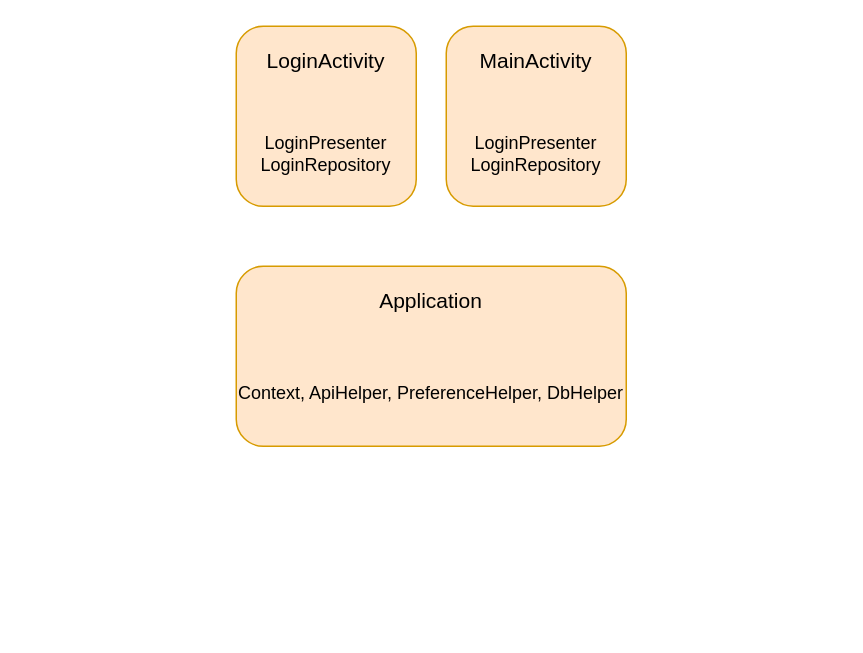
Earlier version of the draw.io diagram dagger2/lifecycle_work_in_progress.drawio (srinnix1395/articles-to-share). Source tidied: cells renumbered, new cells numbered last; positions are measured from the earlier drawing's top-left corner, leaving out a move shared by most shapes. Both pictures are drawn from the tidied source at 150%, with x=0, y=0 at pixel (236, 26).
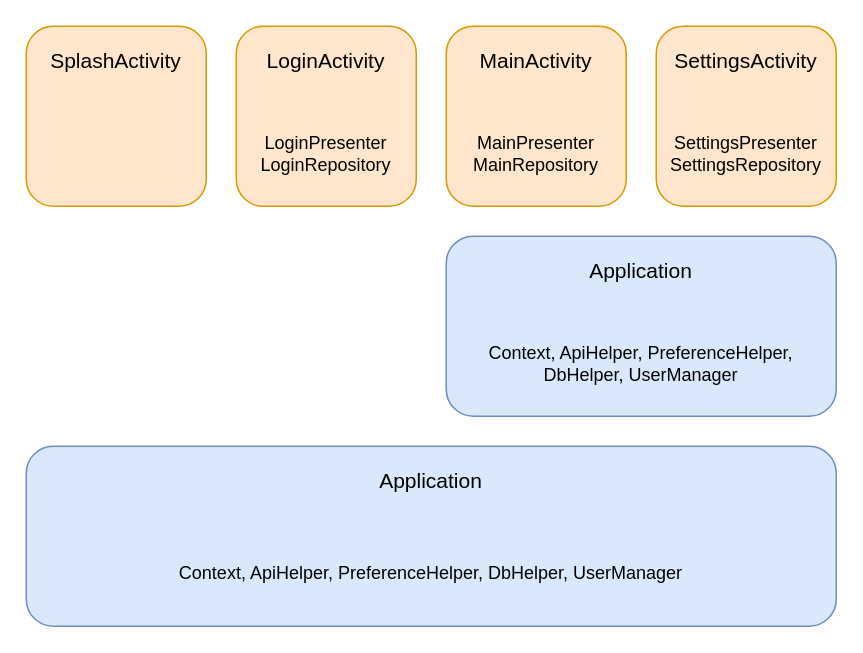
After the change.

Commit message:
WIP Dagger 2 Lifecycle playground graph

Change to the diagram source:
```diff
@@
 <mxGraphModel>
   <root>
     <mxCell id="0" />
     <mxCell id="1" parent="0" />
     <mxCell id="2" style="group;" parent="1" vertex="1">
       <mxGeometry width="120" height="120" as="geometry" />
     </mxCell>
     <mxCell id="3" value="&lt;div style=&quot;font-size: 14px;&quot;&gt;LoginActivity&lt;/div&gt;&lt;div style=&quot;font-size: 14px;&quot;&gt;&lt;br style=&quot;font-size: 14px;&quot;&gt;&lt;/div&gt;" style="rounded=1;whiteSpace=wrap;html=1;fontSize=14;glass=0;strokeWidth=1;shadow=0;verticalAlign=top;spacing=10;fillColor=#ffe6cc;strokeColor=#d79b00;" parent="2" vertex="1">
       <mxGeometry width="120" height="120" as="geometry" />
     </mxCell>
     <mxCell id="4" value="&lt;div&gt;LoginPresenter&lt;/div&gt;&lt;div&gt;LoginRepository&lt;br&gt;&lt;/div&gt;" style="rounded=0;whiteSpace=wrap;html=1;fillColor=none;strokeColor=none;" parent="2" vertex="1">
       <mxGeometry y="70" width="120" height="30" as="geometry" />
     </mxCell>
     <mxCell id="5" style="group;" parent="1" vertex="1">
       <mxGeometry x="140" width="120" height="120" as="geometry" />
     </mxCell>
     <mxCell id="6" value="MainActivity" style="rounded=1;whiteSpace=wrap;html=1;fontSize=14;glass=0;strokeWidth=1;shadow=0;verticalAlign=top;spacing=10;fillColor=#ffe6cc;strokeColor=#d79b00;" parent="5" vertex="1">
       <mxGeometry width="120" height="120" as="geometry" />
     </mxCell>
-    <mxCell id="7" value="&lt;div&gt;LoginPresenter&lt;/div&gt;&lt;div&gt;LoginRepository&lt;br&gt;&lt;/div&gt;" style="rounded=0;whiteSpace=wrap;html=1;fillColor=none;strokeColor=none;" parent="5" vertex="1">
+    <mxCell id="7" value="&lt;div&gt;MainPresenter&lt;/div&gt;&lt;div&gt;MainRepository&lt;/div&gt;" style="rounded=0;whiteSpace=wrap;html=1;fillColor=none;strokeColor=none;" parent="5" vertex="1">
       <mxGeometry y="70" width="120" height="30" as="geometry" />
     </mxCell>
     <mxCell id="8" style="group;" parent="1" vertex="1">
-      <mxGeometry y="160" width="260" height="120" as="geometry" />
+      <mxGeometry x="-140" y="280" width="540" height="120" as="geometry" />
     </mxCell>
-    <mxCell id="9" value="Application" style="rounded=1;whiteSpace=wrap;html=1;fontSize=14;glass=0;strokeWidth=1;shadow=0;verticalAlign=top;spacing=10;fillColor=#ffe6cc;strokeColor=#d79b00;" parent="8" vertex="1">
-      <mxGeometry width="260" height="120" as="geometry" />
+    <mxCell id="9" value="Application" style="rounded=1;whiteSpace=wrap;html=1;fontSize=14;glass=0;strokeWidth=1;shadow=0;verticalAlign=top;spacing=10;fillColor=#dae8fc;strokeColor=#6c8ebf;" parent="8" vertex="1">
+      <mxGeometry width="540" height="120" as="geometry" />
     </mxCell>
-    <mxCell id="10" value="&lt;div&gt;Context, ApiHelper, PreferenceHelper, DbHelper&lt;/div&gt;" style="rounded=0;whiteSpace=wrap;html=1;fillColor=none;strokeColor=none;" parent="8" vertex="1">
-      <mxGeometry y="70" width="260" height="30" as="geometry" />
+    <mxCell id="10" value="&lt;div&gt;Context, ApiHelper, PreferenceHelper, DbHelper, UserManager&lt;br&gt;&lt;/div&gt;" style="rounded=0;whiteSpace=wrap;html=1;fillColor=none;strokeColor=none;" parent="8" vertex="1">
+      <mxGeometry y="70" width="540" height="30" as="geometry" />
     </mxCell>
+    <mxCell id="11" style="group;" parent="1" vertex="1">
+      <mxGeometry x="280" width="120" height="120" as="geometry" />
+    </mxCell>
+    <mxCell id="12" value="SettingsActivity" style="rounded=1;whiteSpace=wrap;html=1;fontSize=14;glass=0;strokeWidth=1;shadow=0;verticalAlign=top;spacing=10;fillColor=#ffe6cc;strokeColor=#d79b00;" parent="11" vertex="1">
+      <mxGeometry width="120" height="120" as="geometry" />
+    </mxCell>
+    <mxCell id="13" value="&lt;div&gt;SettingsPresenter&lt;/div&gt;&lt;div&gt;SettingsRepository&lt;br&gt;&lt;/div&gt;" style="rounded=0;whiteSpace=wrap;html=1;fillColor=none;strokeColor=none;" parent="11" vertex="1">
+      <mxGeometry y="70" width="120" height="30" as="geometry" />
+    </mxCell>
+    <mxCell id="14" style="group;" parent="1" vertex="1">
+      <mxGeometry x="-140" width="120" height="120" as="geometry" />
+    </mxCell>
+    <mxCell id="15" value="SplashActivity" style="rounded=1;whiteSpace=wrap;html=1;fontSize=14;glass=0;strokeWidth=1;shadow=0;verticalAlign=top;spacing=10;fillColor=#ffe6cc;strokeColor=#d79b00;" parent="14" vertex="1">
+      <mxGeometry width="120" height="120" as="geometry" />
+    </mxCell>
+    <mxCell id="16" style="group;" parent="1" vertex="1">
+      <mxGeometry x="140" y="140" width="260" height="120" as="geometry" />
+    </mxCell>
+    <mxCell id="17" value="Application" style="rounded=1;whiteSpace=wrap;html=1;fontSize=14;glass=0;strokeWidth=1;shadow=0;verticalAlign=top;spacing=10;fillColor=#dae8fc;strokeColor=#6c8ebf;" parent="16" vertex="1">
+      <mxGeometry width="260" height="120" as="geometry" />
+    </mxCell>
+    <mxCell id="18" value="&lt;div&gt;Context, ApiHelper, PreferenceHelper, DbHelper, UserManager&lt;br&gt;&lt;/div&gt;" style="rounded=0;whiteSpace=wrap;html=1;fillColor=none;strokeColor=none;" parent="16" vertex="1">
+      <mxGeometry y="70" width="260" height="30" as="geometry" />
+    </mxCell>
   </root>
 </mxGraphModel>
```
